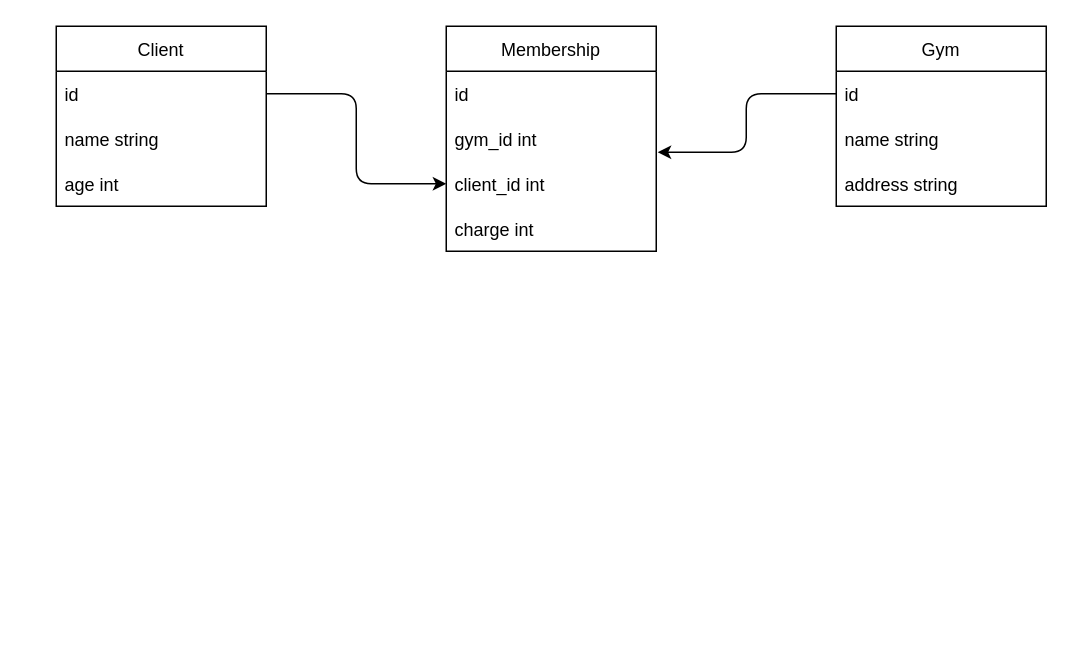
Before: 25-practice-challenge-gym/gym_erd.drawio in betalantz/west-se-080822-class-sessions, a draw.io diagram. Source tidied: cells renumbered, new cells numbered last; positions are measured from the earlier drawing's top-left corner, leaving out a move shared by most shapes. Both pictures are drawn from the tidied source at 150%, with x=0, y=0 at pixel (56, 26).
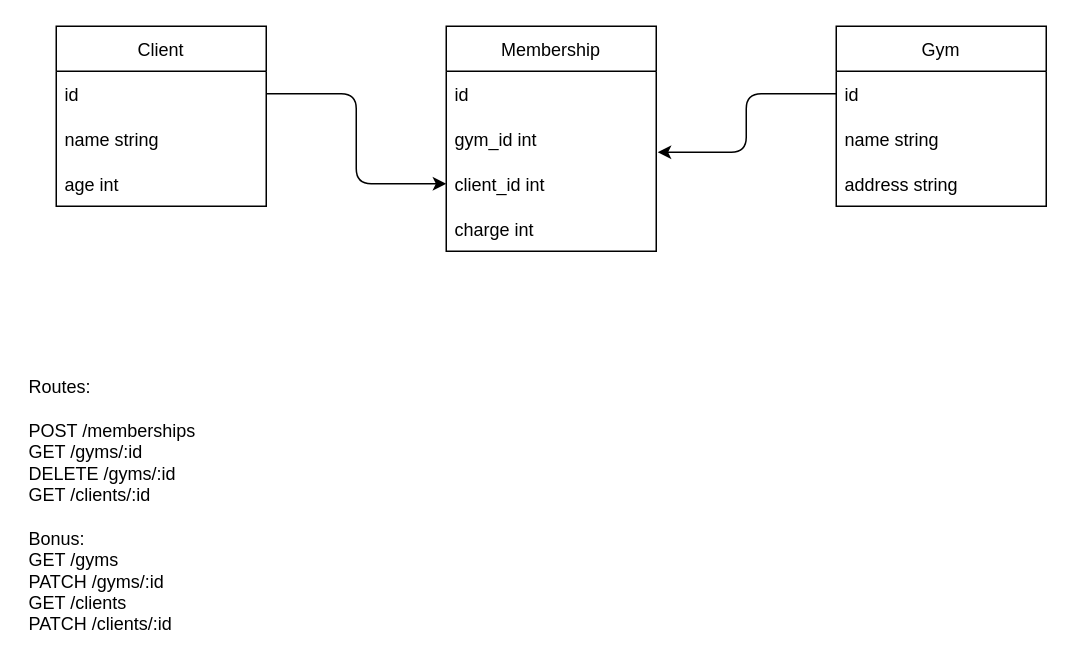
Above is the later version.

The edit, as a diff of the source:
```diff
@@
 <mxGraphModel>
   <root>
     <mxCell id="0" />
     <mxCell id="1" parent="0" />
     <mxCell id="2" value="Membership" style="swimlane;fontStyle=0;horizontal=1;startSize=30;" parent="1" vertex="1">
       <mxGeometry x="260" width="140" height="150" as="geometry" />
     </mxCell>
     <mxCell id="3" value="id" style="text;strokeColor=none;fillColor=none;align=left;verticalAlign=middle;spacingLeft=4;spacingRight=4;overflow=hidden;" parent="2" vertex="1">
       <mxGeometry y="30" width="140" height="30" as="geometry" />
     </mxCell>
     <mxCell id="4" value="gym_id int" style="text;strokeColor=none;fillColor=none;align=left;verticalAlign=middle;spacingLeft=4;spacingRight=4;overflow=hidden;points=[[0,0.5],[1,0.5]];portConstraint=eastwest;" parent="2" vertex="1">
       <mxGeometry y="60" width="140" height="30" as="geometry" />
     </mxCell>
     <mxCell id="5" value="client_id int" style="text;strokeColor=none;fillColor=none;align=left;verticalAlign=middle;spacingLeft=4;spacingRight=4;overflow=hidden;points=[[0,0.5],[1,0.5]];portConstraint=eastwest;" parent="2" vertex="1">
       <mxGeometry y="90" width="140" height="30" as="geometry" />
     </mxCell>
     <mxCell id="6" value="charge int" style="text;strokeColor=none;fillColor=none;align=left;verticalAlign=middle;spacingLeft=4;spacingRight=4;overflow=hidden;" parent="2" vertex="1">
       <mxGeometry y="120" width="140" height="30" as="geometry" />
     </mxCell>
     <mxCell id="7" value="Client" style="swimlane;fontStyle=0;horizontal=1;startSize=30;" parent="1" vertex="1">
       <mxGeometry width="140" height="120" as="geometry" />
     </mxCell>
     <mxCell id="8" value="id" style="text;strokeColor=none;fillColor=none;align=left;verticalAlign=middle;spacingLeft=4;spacingRight=4;overflow=hidden;points=[[0,0.5],[1,0.5]];portConstraint=eastwest;" parent="7" vertex="1">
       <mxGeometry y="30" width="140" height="30" as="geometry" />
     </mxCell>
     <mxCell id="9" value="name string" style="text;strokeColor=none;fillColor=none;align=left;verticalAlign=middle;spacingLeft=4;spacingRight=4;overflow=hidden;" parent="7" vertex="1">
       <mxGeometry y="60" width="140" height="30" as="geometry" />
     </mxCell>
     <mxCell id="10" value="age int" style="text;strokeColor=none;fillColor=none;align=left;verticalAlign=middle;spacingLeft=4;spacingRight=4;overflow=hidden;" parent="7" vertex="1">
       <mxGeometry y="90" width="140" height="30" as="geometry" />
     </mxCell>
     <mxCell id="11" value="Gym" style="swimlane;fontStyle=0;horizontal=1;startSize=30;" parent="1" vertex="1">
       <mxGeometry x="520" width="140" height="120" as="geometry" />
     </mxCell>
     <mxCell id="12" value="id" style="text;strokeColor=none;fillColor=none;align=left;verticalAlign=middle;spacingLeft=4;spacingRight=4;overflow=hidden;points=[[0,0.5],[1,0.5]];portConstraint=eastwest;" parent="11" vertex="1">
       <mxGeometry y="30" width="140" height="30" as="geometry" />
     </mxCell>
     <mxCell id="13" value="name string" style="text;strokeColor=none;fillColor=none;align=left;verticalAlign=middle;spacingLeft=4;spacingRight=4;overflow=hidden;" parent="11" vertex="1">
       <mxGeometry y="60" width="140" height="30" as="geometry" />
     </mxCell>
     <mxCell id="14" value="address string" style="text;strokeColor=none;fillColor=none;align=left;verticalAlign=middle;spacingLeft=4;spacingRight=4;overflow=hidden;" parent="11" vertex="1">
       <mxGeometry y="90" width="140" height="30" as="geometry" />
     </mxCell>
     <mxCell id="15" style="edgeStyle=orthogonalEdgeStyle;html=1;exitX=1;exitY=0.5;exitDx=0;exitDy=0;entryX=0;entryY=0.5;entryDx=0;entryDy=0;" parent="1" edge="1" source="8" target="5">
       <mxGeometry relative="1" as="geometry" />
     </mxCell>
     <mxCell id="16" style="edgeStyle=orthogonalEdgeStyle;html=1;exitX=0;exitY=0.5;exitDx=0;exitDy=0;entryX=1.007;entryY=0.8;entryDx=0;entryDy=0;entryPerimeter=0;" parent="1" edge="1" source="12" target="4">
       <mxGeometry relative="1" as="geometry" />
     </mxCell>
+    <mxCell id="17" value="&lt;div&gt;&lt;span&gt;Routes:&lt;/span&gt;&lt;/div&gt;&lt;div&gt;&lt;/div&gt;&lt;br&gt;POST /memberships&lt;br&gt;GET /gyms/:id&lt;br&gt;DELETE /gyms/:id&lt;br&gt;GET /clients/:id&lt;br&gt;&lt;br&gt;Bonus:&lt;br&gt;GET /gyms&lt;br&gt;PATCH /gyms/:id&lt;br&gt;GET /clients&lt;br&gt;PATCH /clients/:id" style="text;html=1;strokeColor=none;fillColor=none;align=left;verticalAlign=middle;whiteSpace=wrap;rounded=0;" parent="1" vertex="1">
+      <mxGeometry x="-20" y="230" width="200" height="180" as="geometry" />
+    </mxCell>
   </root>
 </mxGraphModel>
```
